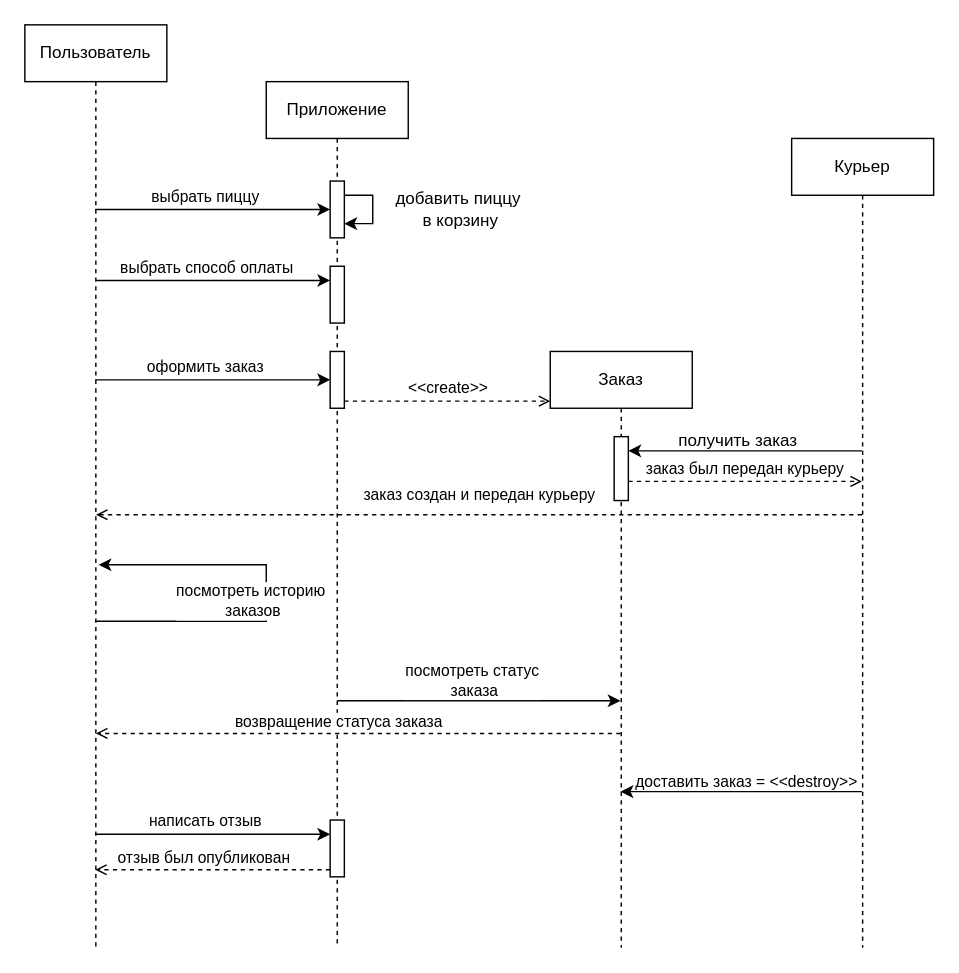
The draw.io diagram ДиаграммаПоследовательности.drawio in hard-gainer/UML, before the edit. Source tidied: cells renumbered, new cells numbered last; positions are measured from the earlier drawing's top-left corner, leaving out a move shared by most shapes. Both pictures are drawn from the tidied source at 142%, with x=0, y=0 at pixel (24, 24).
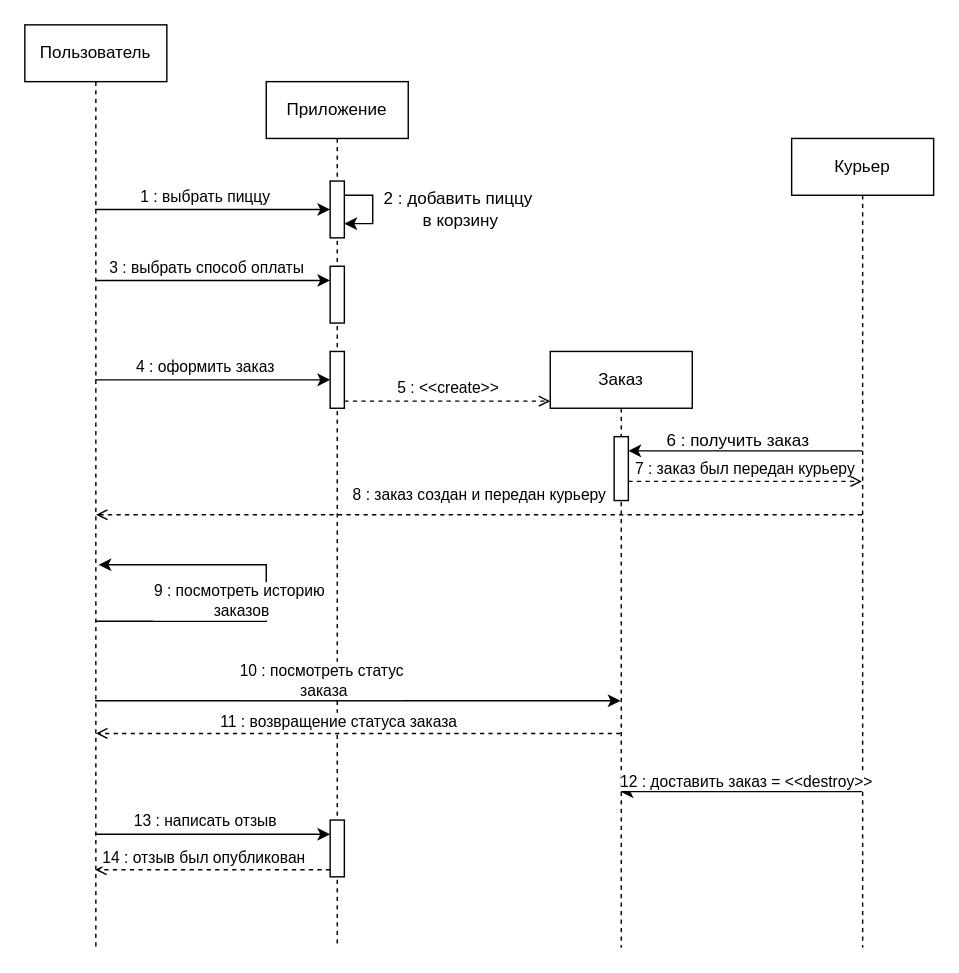
The same diagram, later.

The change refers to these unchanged cells:
```xml
<mxCell id="2" style="edgeStyle=elbowEdgeStyle;rounded=0;jettySize=auto;html=1;elbow=vertical;curved=0;" parent="1" edge="1" source="4" target="6">
  <mxGeometry relative="1" as="geometry" />
</mxCell>
<mxCell id="4" value="Пользователь" style="shape=umlLifeline;perimeter=lifelinePerimeter;whiteSpace=wrap;html=1;outlineConnect=0;portConstraint=eastwest;newEdgeStyle={&quot;edgeStyle&quot;:&quot;elbowEdgeStyle&quot;,&quot;elbow&quot;:&quot;vertical&quot;,&quot;curved&quot;:0,&quot;rounded&quot;:0};" parent="1" vertex="1">
  <mxGeometry width="100" height="650" as="geometry" />
</mxCell>
<mxCell id="8" style="html=1;points=[[0,0,0,0,5],[0,1,0,0,-5],[1,0,0,0,5],[1,1,0,0,-5]];perimeter=orthogonalPerimeter;outlineConnect=0;targetShapes=umlLifeline;portConstraint=eastwest;newEdgeStyle={&quot;curved&quot;:0,&quot;rounded&quot;:0};" parent="5" vertex="1">
  <mxGeometry x="45" y="190" width="10" height="40" as="geometry" />
</mxCell>
<mxCell id="10" style="html=1;points=[[0,0,0,0,5],[0,1,0,0,-5],[1,0,0,0,5],[1,1,0,0,-5]];perimeter=orthogonalPerimeter;outlineConnect=0;targetShapes=umlLifeline;portConstraint=eastwest;newEdgeStyle={&quot;curved&quot;:0,&quot;rounded&quot;:0};" parent="5" vertex="1">
  <mxGeometry x="45" y="520" width="10" height="40" as="geometry" />
</mxCell>
<mxCell id="12" value="Курьер" style="shape=umlLifeline;perimeter=lifelinePerimeter;whiteSpace=wrap;html=1;outlineConnect=0;portConstraint=eastwest;newEdgeStyle={&quot;edgeStyle&quot;:&quot;elbowEdgeStyle&quot;,&quot;elbow&quot;:&quot;vertical&quot;,&quot;curved&quot;:0,&quot;rounded&quot;:0};" parent="1" vertex="1">
  <mxGeometry x="540" y="80" width="100" height="570" as="geometry" />
</mxCell>
<mxCell id="16" style="edgeStyle=elbowEdgeStyle;rounded=0;jettySize=auto;html=1;elbow=vertical;curved=0;" parent="1" edge="1" source="4" target="8">
  <mxGeometry relative="1" as="geometry">
    <Array as="points">
      <mxPoint x="190" y="250" />
      <mxPoint x="180" y="260" />
    </Array>
  </mxGeometry>
</mxCell>
<mxCell id="23" style="edgeStyle=elbowEdgeStyle;rounded=0;jettySize=auto;html=1;elbow=vertical;curved=0;" parent="1" edge="1" target="9">
  <mxGeometry relative="1" as="geometry">
    <mxPoint x="50.3" y="180" as="sourcePoint" />
    <Array as="points">
      <mxPoint x="213" y="180" />
    </Array>
  </mxGeometry>
</mxCell>
<mxCell id="25" style="edgeStyle=elbowEdgeStyle;rounded=0;jettySize=auto;html=1;elbow=vertical;curved=0;" parent="1" edge="1" source="12" target="14">
  <mxGeometry relative="1" as="geometry">
    <Array as="points">
      <mxPoint x="500" y="540" />
      <mxPoint x="416" y="575.8" />
    </Array>
  </mxGeometry>
</mxCell>
<mxCell id="27" style="edgeStyle=elbowEdgeStyle;rounded=0;jettySize=auto;html=1;elbow=vertical;curved=0;" parent="1" edge="1" source="4" target="10">
  <mxGeometry relative="1" as="geometry">
    <Array as="points">
      <mxPoint x="213" y="570" />
    </Array>
  </mxGeometry>
</mxCell>
```

Diff of the diagram source:
```diff
@@
-    <mxCell id="3" value="выбрать пиццу" style="edgeLabel;html=1;align=center;verticalAlign=middle;" parent="2" vertex="1">
+    <mxCell id="3" value="1 : выбрать пиццу" style="edgeLabel;html=1;align=center;verticalAlign=middle;" parent="2" vertex="1">
       <mxGeometry x="-0.24" y="1" relative="1" as="geometry">
         <mxPoint x="14" y="-9" as="offset" />
       </mxGeometry>
     </mxCell>
@@
-    <mxCell id="13" value="добавить пиццу&lt;div&gt;&amp;nbsp;в корзину&lt;/div&gt;" style="text;html=1;align=center;verticalAlign=middle;strokeColor=none;fillColor=none;" parent="1" vertex="1">
-      <mxGeometry x="250" y="110" width="110" height="40" as="geometry" />
+    <mxCell id="13" value="2 : добавить пиццу&lt;div&gt;&amp;nbsp;в корзину&lt;/div&gt;" style="text;html=1;align=center;verticalAlign=middle;strokeColor=none;fillColor=none;" parent="1" vertex="1">
+      <mxGeometry x="240" y="110" width="130" height="40" as="geometry" />
     </mxCell>
@@
-    <mxCell id="17" value="оформить заказ" style="edgeLabel;html=1;align=center;verticalAlign=middle;" parent="16" vertex="1">
+    <mxCell id="17" value="4 : оформить заказ" style="edgeLabel;html=1;align=center;verticalAlign=middle;" parent="16" vertex="1">
       <mxGeometry x="-0.24" y="1" relative="1" as="geometry">
         <mxPoint x="14" y="-9" as="offset" />
       </mxGeometry>
     </mxCell>
-    <mxCell id="18" value="&amp;lt;&amp;lt;create&amp;gt;&amp;gt;" style="html=1;verticalAlign=bottom;labelBackgroundColor=none;endArrow=open;endFill=0;dashed=1;rounded=0;exitX=1;exitY=1;exitDx=0;exitDy=-5;exitPerimeter=0;" parent="1" edge="1" source="8">
+    <mxCell id="18" value="5 : &amp;lt;&amp;lt;create&amp;gt;&amp;gt;" style="html=1;verticalAlign=bottom;labelBackgroundColor=none;endArrow=open;endFill=0;dashed=1;rounded=0;exitX=1;exitY=1;exitDx=0;exitDy=-5;exitPerimeter=0;" parent="1" edge="1" source="8">
       <mxGeometry relative="1" as="geometry">
         <mxPoint x="370" y="265" as="targetPoint" />
       </mxGeometry>
     </mxCell>
-    <mxCell id="19" style="edgeStyle=elbowEdgeStyle;rounded=0;orthogonalLoop=1;jettySize=auto;html=1;elbow=vertical;curved=0;" parent="1" edge="1">
+    <mxCell id="19" style="edgeStyle=elbowEdgeStyle;rounded=0;jettySize=auto;html=1;elbow=vertical;curved=0;" parent="1" edge="1" source="4">
       <mxGeometry relative="1" as="geometry">
-        <mxPoint x="220" y="476" as="sourcePoint" />
         <mxPoint x="419.5" y="476" as="targetPoint" />
         <Array as="points">
           <mxPoint x="290" y="476" />
           <mxPoint x="142" y="500" />
           <mxPoint x="202" y="520" />
           <mxPoint x="192" y="530" />
         </Array>
       </mxGeometry>
     </mxCell>
-    <mxCell id="20" value="посмотреть статус&lt;div&gt;&amp;nbsp;заказа&lt;/div&gt;" style="edgeLabel;html=1;align=center;verticalAlign=middle;" parent="19" vertex="1">
+    <mxCell id="20" value="10 : посмотреть статус&lt;div&gt;&amp;nbsp;заказа&lt;/div&gt;" style="edgeLabel;html=1;align=center;verticalAlign=middle;" parent="19" vertex="1">
       <mxGeometry x="-0.24" y="1" relative="1" as="geometry">
         <mxPoint x="18" y="-14" as="offset" />
       </mxGeometry>
     </mxCell>
-    <mxCell id="21" value="заказ создан и передан курьеру" style="html=1;verticalAlign=bottom;labelBackgroundColor=default;endArrow=open;endFill=0;dashed=1;rounded=0;" parent="1" edge="1" source="12">
+    <mxCell id="21" value="8 : заказ создан и передан курьеру" style="html=1;verticalAlign=bottom;labelBackgroundColor=default;endArrow=open;endFill=0;dashed=1;rounded=0;" parent="1" edge="1" source="12">
       <mxGeometry y="-5" relative="1" as="geometry">
         <mxPoint x="50.1" y="345" as="targetPoint" />
       </mxGeometry>
     </mxCell>
-    <mxCell id="22" value="возвращение статуса заказа" style="html=1;verticalAlign=bottom;labelBackgroundColor=default;endArrow=open;endFill=0;dashed=1;rounded=0;" parent="1" edge="1">
+    <mxCell id="22" value="11 : возвращение статуса заказа" style="html=1;verticalAlign=bottom;labelBackgroundColor=default;endArrow=open;endFill=0;dashed=1;rounded=0;" parent="1" edge="1">
       <mxGeometry x="0.08" y="1" relative="1" as="geometry">
         <mxPoint x="419.5" y="499" as="sourcePoint" />
         <mxPoint x="50.1" y="499" as="targetPoint" />
       </mxGeometry>
     </mxCell>
@@
-    <mxCell id="24" value="выбрать способ оплаты" style="edgeLabel;html=1;align=center;verticalAlign=middle;" parent="23" vertex="1">
+    <mxCell id="24" value="3 : выбрать способ оплаты" style="edgeLabel;html=1;align=center;verticalAlign=middle;" parent="23" vertex="1">
       <mxGeometry x="-0.24" y="1" relative="1" as="geometry">
         <mxPoint x="14" y="-9" as="offset" />
       </mxGeometry>
     </mxCell>
@@
-    <mxCell id="26" value="доставить заказ = &amp;lt;&amp;lt;destroy&amp;gt;&amp;gt;" style="edgeLabel;html=1;align=center;verticalAlign=middle;" parent="25" vertex="1">
+    <mxCell id="26" value="12 : доставить заказ = &amp;lt;&amp;lt;destroy&amp;gt;&amp;gt;" style="edgeLabel;html=1;align=center;verticalAlign=middle;" parent="25" vertex="1">
       <mxGeometry x="-0.24" y="1" relative="1" as="geometry">
         <mxPoint x="-17" y="-9" as="offset" />
       </mxGeometry>
     </mxCell>
@@
-    <mxCell id="28" value="написать отзыв" style="edgeLabel;html=1;align=center;verticalAlign=middle;" parent="27" vertex="1">
+    <mxCell id="28" value="13 : написать отзыв" style="edgeLabel;html=1;align=center;verticalAlign=middle;" parent="27" vertex="1">
       <mxGeometry x="-0.24" y="1" relative="1" as="geometry">
         <mxPoint x="14" y="-9" as="offset" />
       </mxGeometry>
     </mxCell>
-    <mxCell id="29" value="отзыв был опубликован" style="html=1;verticalAlign=bottom;labelBackgroundColor=default;endArrow=open;endFill=0;dashed=1;rounded=0;exitX=0;exitY=1;exitDx=0;exitDy=-5;exitPerimeter=0;" parent="1" edge="1" source="10" target="4">
+    <mxCell id="29" value="14 : отзыв был опубликован" style="html=1;verticalAlign=bottom;labelBackgroundColor=default;endArrow=open;endFill=0;dashed=1;rounded=0;exitX=0;exitY=1;exitDx=0;exitDy=-5;exitPerimeter=0;" parent="1" edge="1" source="10" target="4">
       <mxGeometry x="0.08" y="1" relative="1" as="geometry" />
     </mxCell>
-    <mxCell id="30" value="получить заказ" style="text;html=1;align=center;verticalAlign=middle;strokeColor=none;fillColor=none;" parent="1" vertex="1">
-      <mxGeometry x="447" y="278" width="110" height="30" as="geometry" />
+    <mxCell id="30" value="6 : получить заказ" style="text;html=1;align=center;verticalAlign=middle;strokeColor=none;fillColor=none;" parent="1" vertex="1">
+      <mxGeometry x="442" y="278" width="120" height="30" as="geometry" />
     </mxCell>
-    <mxCell id="31" value="заказ был передан курьеру" style="html=1;verticalAlign=bottom;labelBackgroundColor=none;endArrow=open;endFill=0;dashed=1;rounded=0;" parent="1" edge="1" target="12">
+    <mxCell id="31" value="7 : заказ был передан курьеру" style="html=1;verticalAlign=bottom;labelBackgroundColor=none;endArrow=open;endFill=0;dashed=1;rounded=0;" parent="1" edge="1" target="12">
       <mxGeometry relative="1" as="geometry">
         <mxPoint x="425" y="321.5" as="sourcePoint" />
       </mxGeometry>
     </mxCell>
@@
-    <mxCell id="33" value="посмотреть историю&lt;div&gt;&amp;nbsp;заказов&lt;/div&gt;" style="edgeLabel;html=1;align=center;verticalAlign=middle;" parent="1" vertex="1">
-      <mxGeometry x="158.8" y="405" as="geometry" />
+    <mxCell id="33" value="9 : посмотреть историю&lt;div&gt;&amp;nbsp;заказов&lt;/div&gt;" style="edgeLabel;html=1;align=center;verticalAlign=middle;" parent="1" vertex="1">
+      <mxGeometry x="150" y="405" as="geometry" />
     </mxCell>
```
